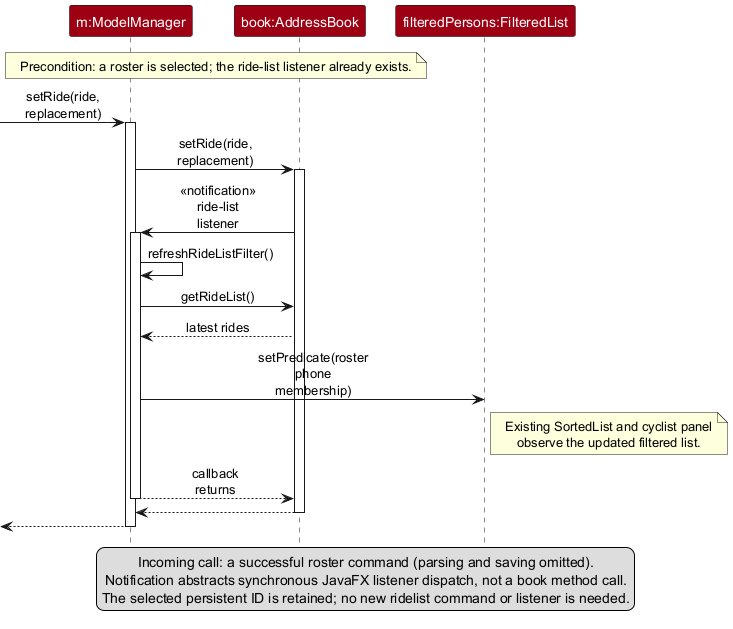
The PlantUML diagram docs/images/RideRosterRefreshSequenceDiagram.png in AY2627S1-CS2103T-W11-1/tp, before a commit.
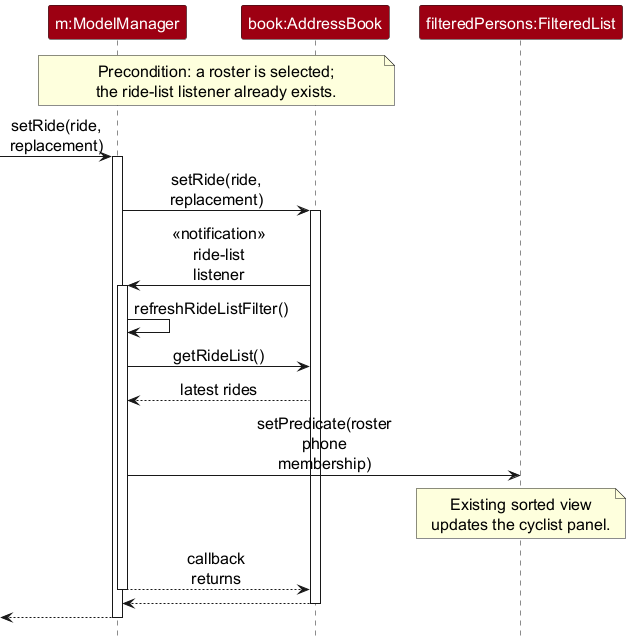
The same file after the commit.

What changed in the source:
```diff
@@ -1,13 +1,17 @@
 @startuml
 !include style.puml
 skinparam ArrowFontStyle plain
+skinparam defaultFontSize 16
+skinparam ParticipantFontSize 16
+skinparam ArrowFontSize 16
+skinparam NoteFontSize 16
 skinparam maxMessageSize 80
 hide footbox
 participant "m:ModelManager" as Model MODEL_COLOR
 participant "book:AddressBook" as Book MODEL_COLOR
 participant "filteredPersons:FilteredList" as Filtered MODEL_COLOR
 
-note over Model, Book : Precondition: a roster is selected; the ride-list listener already exists.
+note over Model, Book : Precondition: a roster is selected;\nthe ride-list listener already exists.
 [-> Model : setRide(ride, replacement)
 activate Model
 Model -> Book : setRide(ride, replacement)
@@ -18,7 +22,7 @@
 Model -> Book : getRideList()
 Book --> Model : latest rides
 Model -> Filtered : setPredicate(roster phone membership)
-note right of Filtered : Existing SortedList and cyclist panel\nobserve the updated filtered list.
+note over Filtered : Existing sorted view\nupdates the cyclist panel.
 Model --> Book : callback returns
 deactivate Model
 Book --> Model
@@ -26,9 +30,5 @@
 [<-- Model
 deactivate Model
 
-legend bottom
-  Incoming call: a successful roster command (parsing and saving omitted).
-  Notification abstracts synchronous JavaFX listener dispatch, not a book method call.
-  The selected persistent ID is retained; no new ridelist command or listener is needed.
-endlegend
+
 @enduml
```
